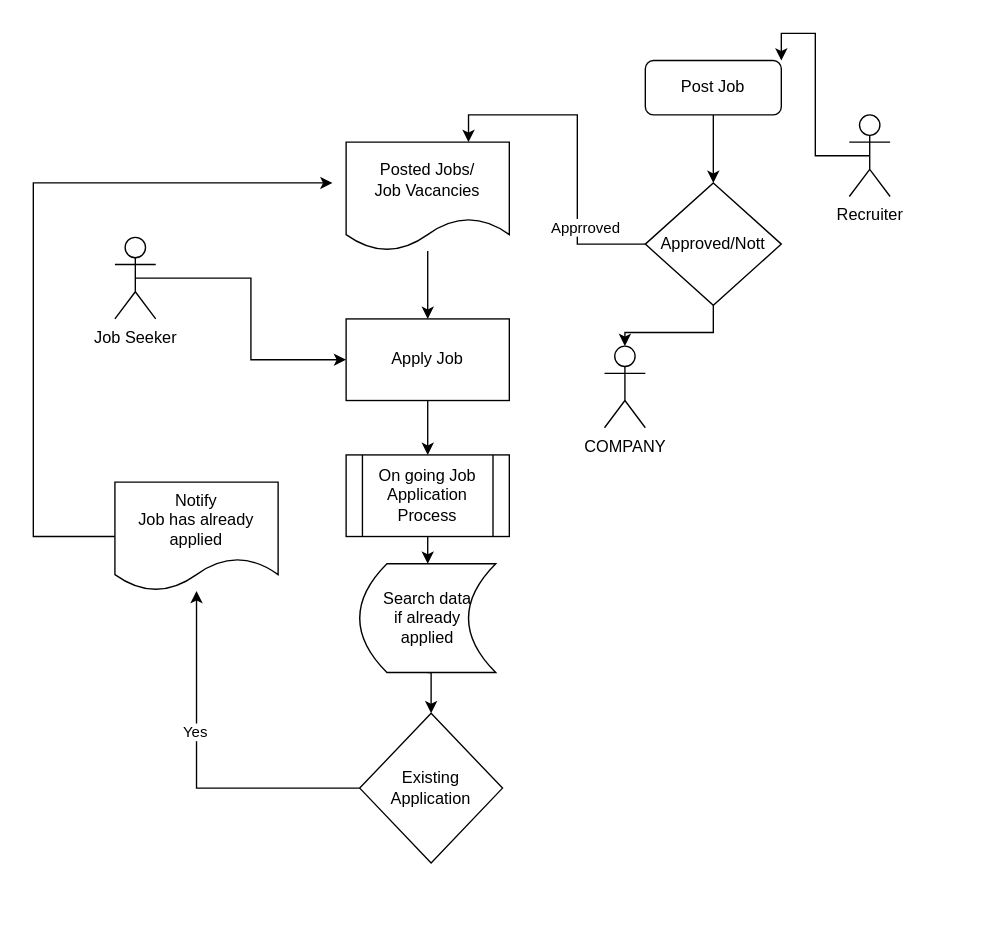
Earlier version of the draw.io diagram Untitled Diagram.drawio (johnjumaritz/Conceptual_Framework-JFS). Source tidied: cells renumbered, new cells numbered last; positions are measured from the earlier drawing's top-left corner, leaving out a move shared by most shapes. Both pictures are drawn from the tidied source at 136%, with x=0, y=0 at pixel (33, 60).
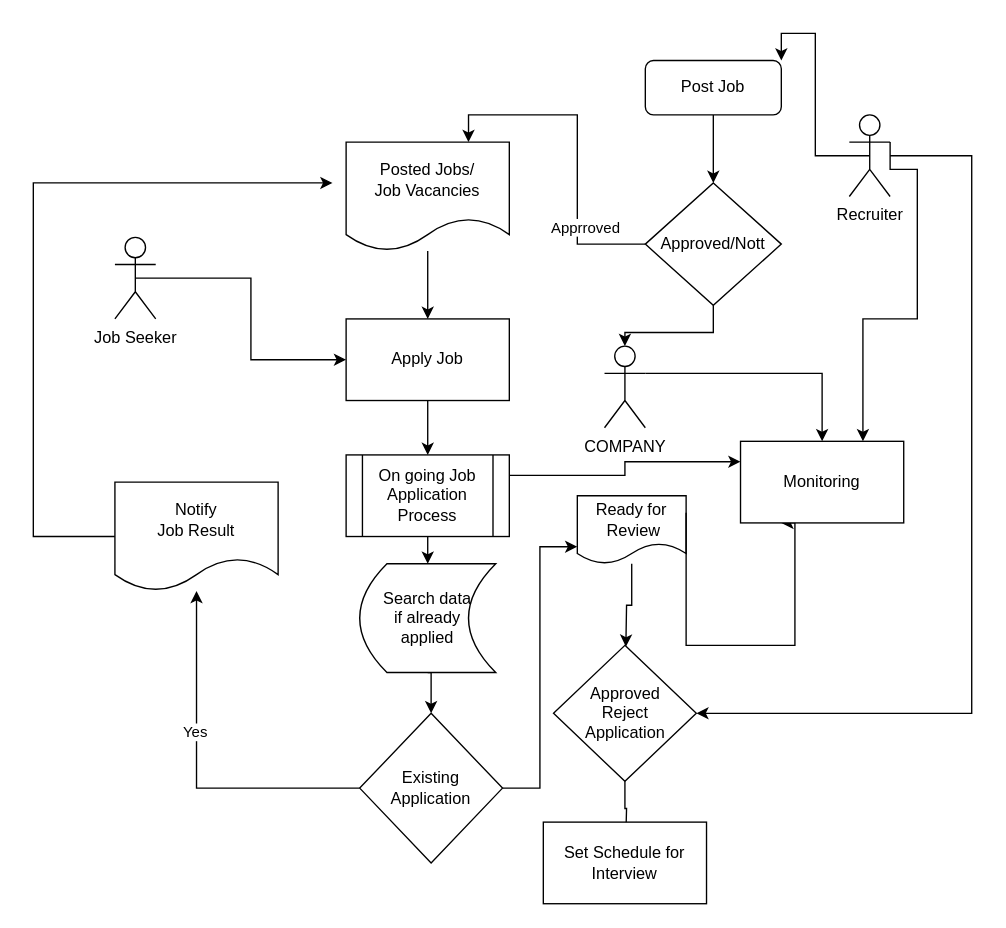
The same diagram, later.

The change refers to these unchanged cells:
```xml
<mxCell id="11" value="Recruiter" style="shape=umlActor;verticalLabelPosition=bottom;verticalAlign=top;html=1;outlineConnect=0;" parent="1" vertex="1">
  <mxGeometry x="600" y="40" width="30" height="60" as="geometry" />
</mxCell>
<mxCell id="16" value="COMPANY&lt;br&gt;" style="shape=umlActor;verticalLabelPosition=bottom;verticalAlign=top;html=1;outlineConnect=0;" parent="1" vertex="1">
  <mxGeometry x="420" y="210" width="30" height="60" as="geometry" />
</mxCell>
<mxCell id="18" value="On going Job Application Process" style="shape=process;whiteSpace=wrap;html=1;backgroundOutline=1;" parent="1" vertex="1">
  <mxGeometry x="230" y="290" width="120" height="60" as="geometry" />
</mxCell>
<mxCell id="23" value="Existing Application" style="rhombus;whiteSpace=wrap;html=1;" parent="1" vertex="1">
  <mxGeometry x="240" y="480" width="105" height="110" as="geometry" />
</mxCell>
```

What changed in the source:
```diff
@@
+    <mxCell id="26" style="edgeStyle=orthogonalEdgeStyle;rounded=0;jettySize=auto;html=1;exitX=1;exitY=0.3333333333333333;exitDx=0;exitDy=0;exitPerimeter=0;entryX=0.75;entryY=0;entryDx=0;entryDy=0;" parent="1" edge="1" source="11" target="36">
+      <mxGeometry relative="1" as="geometry">
+        <Array as="points">
+          <mxPoint x="630" y="80" />
+          <mxPoint x="650" y="80" />
+          <mxPoint x="650" y="190" />
+          <mxPoint x="610" y="190" />
+        </Array>
+      </mxGeometry>
+    </mxCell>
+    <mxCell id="27" style="edgeStyle=orthogonalEdgeStyle;rounded=0;jettySize=auto;html=1;entryX=1;entryY=0.5;entryDx=0;entryDy=0;" parent="1" edge="1" source="11" target="35">
+      <mxGeometry relative="1" as="geometry">
+        <Array as="points">
+          <mxPoint x="690" y="70" />
+          <mxPoint x="690" y="480" />
+        </Array>
+      </mxGeometry>
+    </mxCell>
@@
+    <mxCell id="28" style="edgeStyle=orthogonalEdgeStyle;rounded=0;jettySize=auto;html=1;exitX=1;exitY=0.3333333333333333;exitDx=0;exitDy=0;exitPerimeter=0;" parent="1" edge="1" source="16" target="36">
+      <mxGeometry relative="1" as="geometry" />
+    </mxCell>
@@
+    <mxCell id="29" style="edgeStyle=orthogonalEdgeStyle;rounded=0;jettySize=auto;html=1;exitX=1;exitY=0.25;exitDx=0;exitDy=0;entryX=0;entryY=0.25;entryDx=0;entryDy=0;" parent="1" edge="1" source="18" target="36">
+      <mxGeometry relative="1" as="geometry" />
+    </mxCell>
@@
+    <mxCell id="30" style="edgeStyle=orthogonalEdgeStyle;rounded=0;jettySize=auto;html=1;exitX=1;exitY=0.5;exitDx=0;exitDy=0;entryX=0;entryY=0.75;entryDx=0;entryDy=0;" parent="1" edge="1" source="23" target="32">
+      <mxGeometry relative="1" as="geometry" />
+    </mxCell>
@@
-    <mxCell id="25" value="Notify&lt;br&gt;Job has already applied" style="shape=document;whiteSpace=wrap;html=1;boundedLbl=1;" parent="1" vertex="1">
+    <mxCell id="25" value="Notify&lt;br&gt;Job Result" style="shape=document;whiteSpace=wrap;html=1;boundedLbl=1;" parent="1" vertex="1">
       <mxGeometry x="60" y="310" width="120" height="80" as="geometry" />
     </mxCell>
+    <mxCell id="31" style="edgeStyle=orthogonalEdgeStyle;rounded=0;jettySize=auto;html=1;entryX=0.357;entryY=0.025;entryDx=0;entryDy=0;entryPerimeter=0;" parent="1" edge="1" source="32">
+      <mxGeometry relative="1" as="geometry">
+        <mxPoint x="435.7" y="431" as="targetPoint" />
+      </mxGeometry>
+    </mxCell>
+    <mxCell id="32" value="Ready for&lt;br&gt;&amp;nbsp;Review" style="shape=document;whiteSpace=wrap;html=1;boundedLbl=1;" parent="1" vertex="1">
+      <mxGeometry x="400" y="320" width="80" height="50" as="geometry" />
+    </mxCell>
+    <mxCell id="33" style="edgeStyle=orthogonalEdgeStyle;rounded=0;jettySize=auto;html=1;entryX=0.25;entryY=1;entryDx=0;entryDy=0;exitX=1;exitY=0.25;exitDx=0;exitDy=0;" parent="1" edge="1" source="32" target="36">
+      <mxGeometry relative="1" as="geometry">
+        <Array as="points">
+          <mxPoint x="480" y="430" />
+          <mxPoint x="560" y="430" />
+          <mxPoint x="560" y="340" />
+        </Array>
+      </mxGeometry>
+    </mxCell>
+    <mxCell id="34" style="edgeStyle=orthogonalEdgeStyle;rounded=0;jettySize=auto;html=1;exitX=0.5;exitY=1;exitDx=0;exitDy=0;" parent="1" edge="1" source="35">
+      <mxGeometry relative="1" as="geometry">
+        <mxPoint x="435.7" y="570" as="targetPoint" />
+      </mxGeometry>
+    </mxCell>
+    <mxCell id="35" value="Approved&lt;br&gt;Reject&lt;br&gt;Application" style="rhombus;whiteSpace=wrap;html=1;" parent="1" vertex="1">
+      <mxGeometry x="382.5" y="430" width="105" height="100" as="geometry" />
+    </mxCell>
+    <mxCell id="36" value="Monitoring" style="rounded=0;whiteSpace=wrap;html=1;" parent="1" vertex="1">
+      <mxGeometry x="520" y="280" width="120" height="60" as="geometry" />
+    </mxCell>
+    <mxCell id="37" value="Set Schedule for Interview" style="rounded=0;whiteSpace=wrap;html=1;" parent="1" vertex="1">
+      <mxGeometry x="375" y="560" width="120" height="60" as="geometry" />
+    </mxCell>
```
